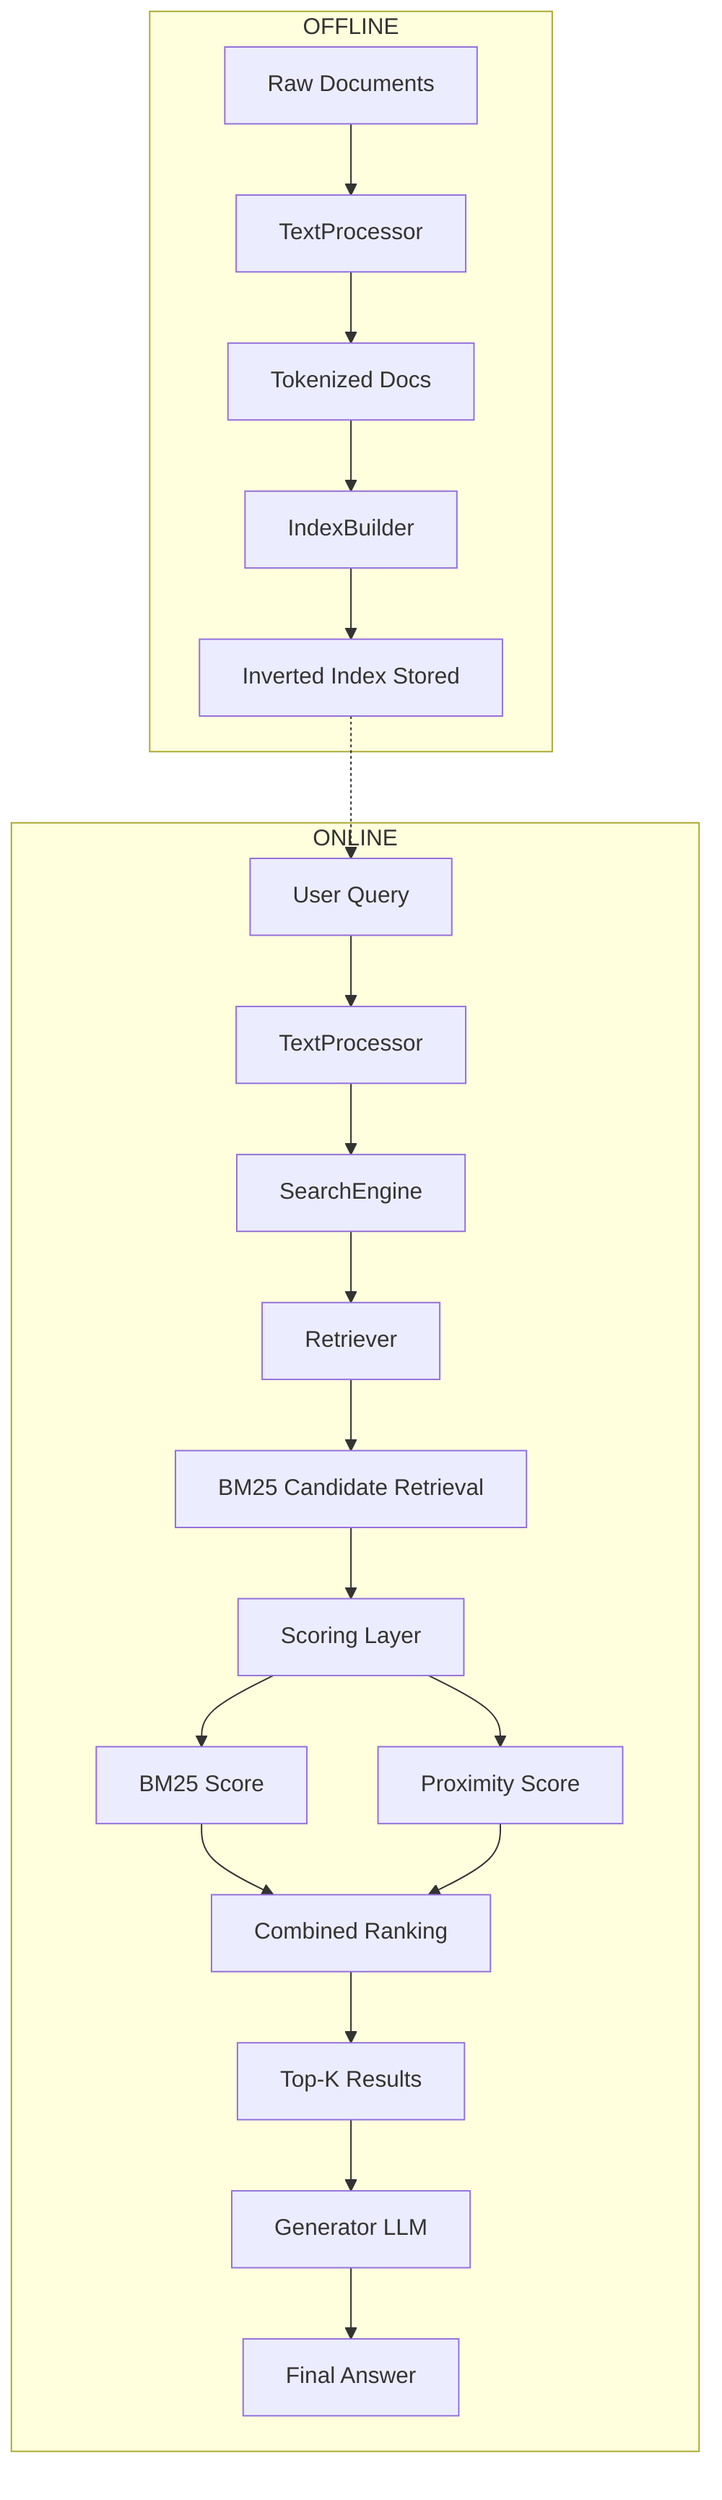
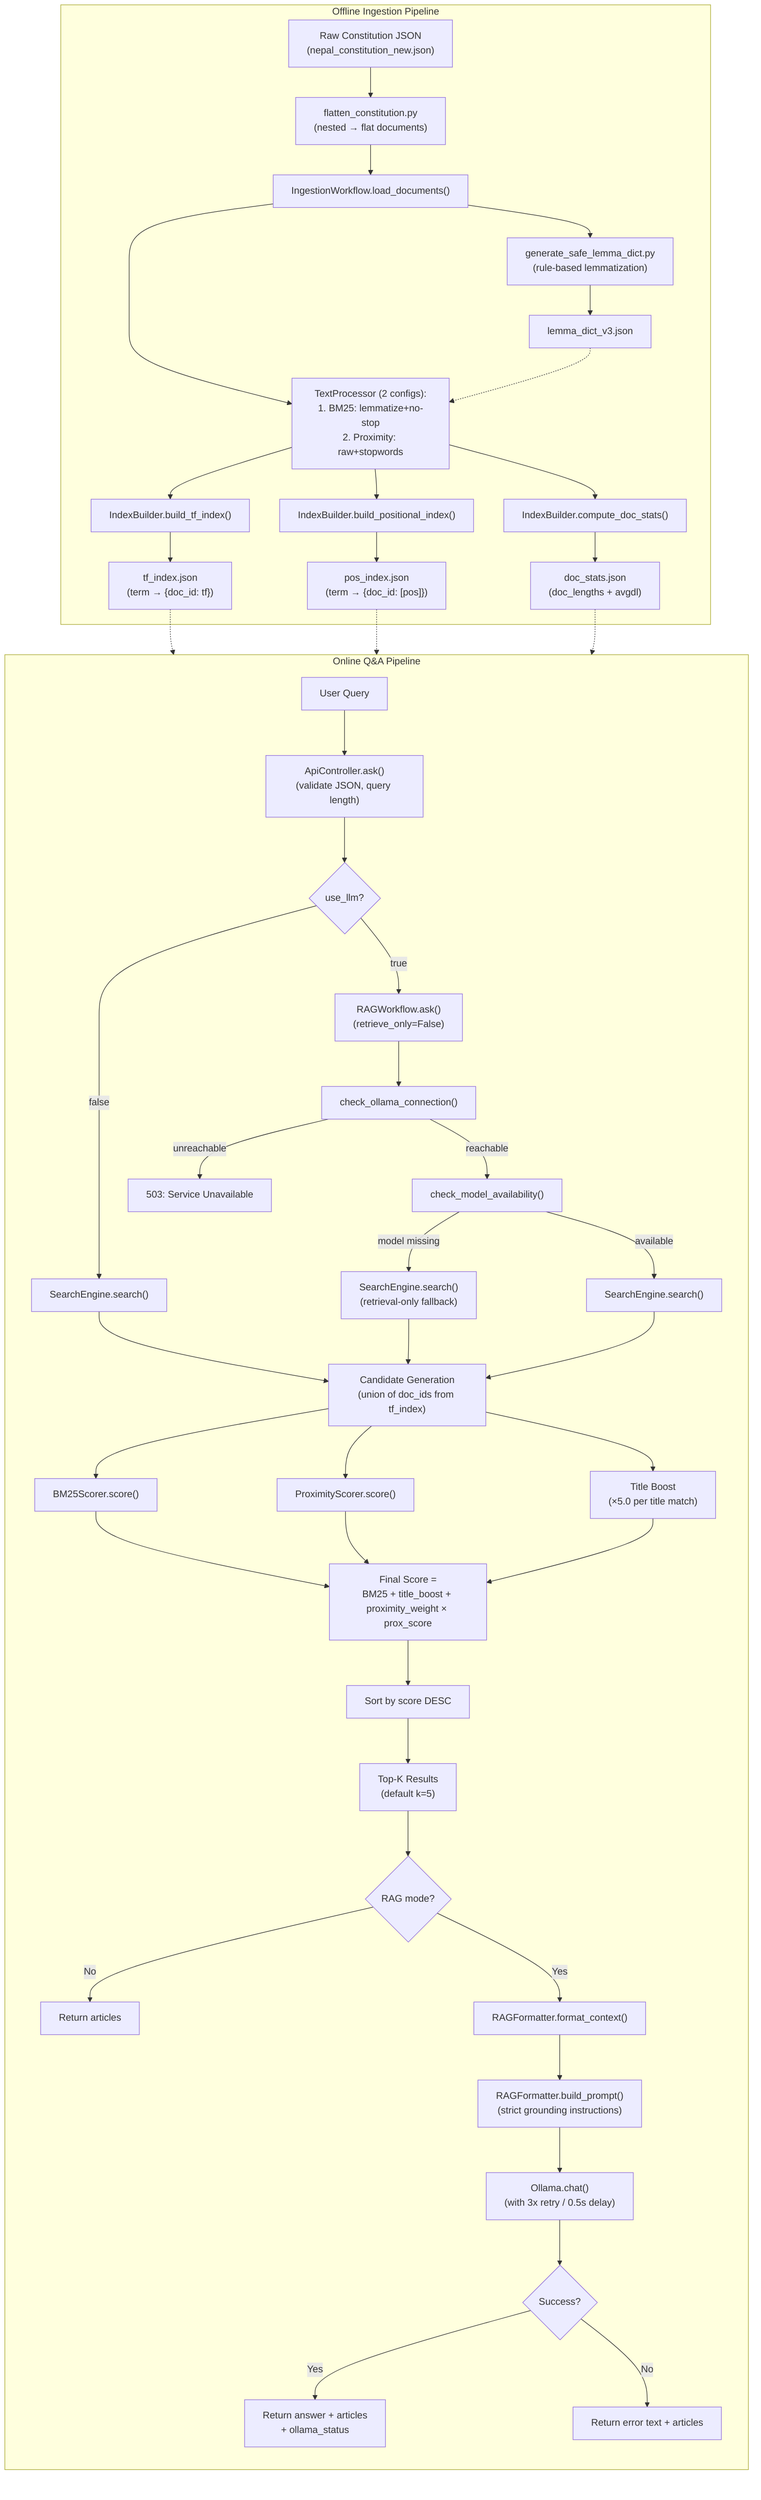
flowchart TD

- subgraph OFFLINE
- A[Raw Documents] --> B[TextProcessor]
- B --> C[Tokenized Docs]
- C --> D[IndexBuilder]
- D --> E[Inverted Index Stored]
+ subgraph OFFLINE["Offline Ingestion Pipeline"]
+     A["Raw Constitution JSON<br/>(nepal_constitution_new.json)"] --> B["flatten_constitution.py<br/>(nested → flat documents)"]
+     B --> C["IngestionWorkflow.load_documents()"]
+     C --> D["TextProcessor (2 configs):<br/>1. BM25: lemmatize+no-stop<br/>2. Proximity: raw+stopwords"]
+     D --> E["IndexBuilder.build_tf_index()"]
+     D --> F["IndexBuilder.build_positional_index()"]
+     D --> G["IndexBuilder.compute_doc_stats()"]
+     E --> H["tf_index.json<br/>(term → {doc_id: tf})"]
+     F --> I["pos_index.json<br/>(term → {doc_id: [pos]})"]
+     G --> J["doc_stats.json<br/>(doc_lengths + avgdl)"]
+     C --> K["generate_safe_lemma_dict.py<br/>(rule-based lemmatization)"]
+     K --> L["lemma_dict_v3.json"]
end

- subgraph ONLINE
- F[User Query] --> G[TextProcessor]
- G --> H[SearchEngine]
- H --> I[Retriever]
+ subgraph ONLINE["Online Q&A Pipeline"]
+     direction TB
+     M["User Query"] --> N["ApiController.ask()<br/>(validate JSON, query length)"]
+     N --> O{"use_llm?"}
+     O -->|false| P["SearchEngine.search()"]
+     O -->|true| Q["RAGWorkflow.ask()<br/>(retrieve_only=False)"]

- I --> J[BM25 Candidate Retrieval]
- J --> K[Scoring Layer]
+     Q --> R["check_ollama_connection()"]
+     R -->|unreachable| S["503: Service Unavailable"]
+     R -->|reachable| T["check_model_availability()"]
+     T -->|model missing| U["SearchEngine.search()<br/>(retrieval-only fallback)"]
+     T -->|available| V["SearchEngine.search()"]

- K --> K1[BM25 Score]
- K --> K2[Proximity Score]
- K1 --> K3[Combined Ranking]
- K2 --> K3
+     P --> W["Candidate Generation<br/>(union of doc_ids from tf_index)"]
+     U --> W
+     V --> W

- K3 --> L[Top-K Results]
- L --> M[Generator LLM]
- M --> N[Final Answer]
+     W --> X["BM25Scorer.score()"]
+     W --> Y["ProximityScorer.score()"]
+     W --> Z["Title Boost<br/>(×5.0 per title match)"]
+ 
+     X --> AA["Final Score =<br/>BM25 + title_boost + proximity_weight × prox_score"]
+     Y --> AA
+     Z --> AA
+ 
+     AA --> AB["Sort by score DESC"]
+     AB --> AC["Top-K Results<br/>(default k=5)"]
+ 
+     AC --> AD{"RAG mode?"}
+     AD -->|No| AE["Return articles"]
+     AD -->|Yes| AF["RAGFormatter.format_context()"]
+     AF --> AG["RAGFormatter.build_prompt()<br/>(strict grounding instructions)"]
+     AG --> AH["Ollama.chat()<br/>(with 3x retry / 0.5s delay)"]
+     AH --> AI{"Success?"}
+     AI -->|Yes| AJ["Return answer + articles<br/>+ ollama_status"]
+     AI -->|No| AK["Return error text + articles"]
end

- %% Force vertical stacking
- E -.-> F+ H -.-> W
+ I -.-> Y
+ J -.-> X
+ L -.-> D
